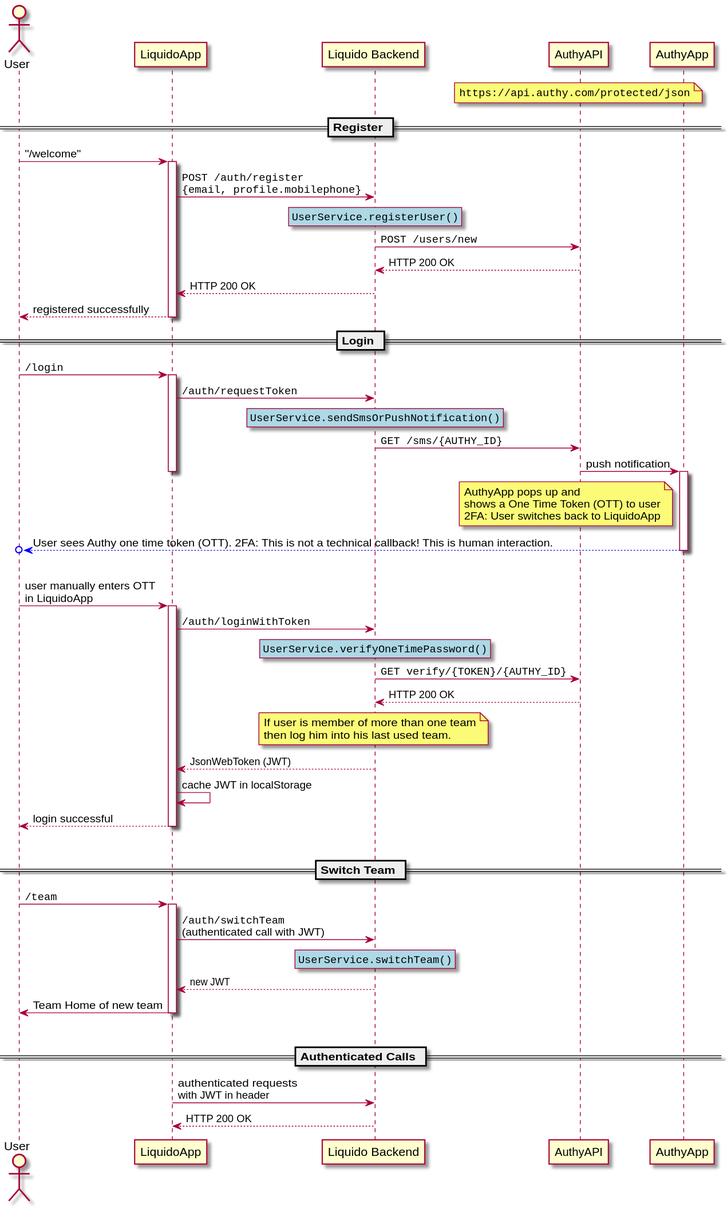
Doogiemuc/liquido-backend-spring keeps this PlantUML diagram as doc/Liquido Authy Login Sequence.svg. Above is the earlier version. Source of this version:
```plantuml
@startuml
actor User
participant LiquidoApp
participant "Liquido Backend" as BE
participant AuthyAPI
participant AuthyApp

note over AuthyAPI: ""https://api.authy.com/protected/json""

== Register ==

User -> LiquidoApp: "/welcome"
activate LiquidoApp
LiquidoApp -> BE: ""POST /auth/register""\n""{email, profile.mobilephone}""
rnote over BE #lightblue: ""UserService.registerUser()""
BE -> AuthyAPI: ""POST /users/new""
AuthyAPI --> BE: HTTP 200 OK
BE --> LiquidoApp: HTTP 200 OK
LiquidoApp --> User: registered successfully
deactivate LiquidoApp

== Login ==

User -> LiquidoApp: ""/login""
activate LiquidoApp
LiquidoApp -> BE: ""/auth/requestToken""
rnote over BE #lightblue: ""UserService.sendSmsOrPushNotification()""
BE -> AuthyAPI: ""GET /sms/{AUTHY_ID}""
AuthyAPI -> AuthyApp: push notification
deactivate LiquidoApp

activate AuthyApp
note left of AuthyApp: AuthyApp pops up and\nshows a One Time Token (OTT) to user\n2FA: User switches back to LiquidoApp
AuthyApp -[#blue]->o User: User sees Authy one time token (OTT). 2FA: This is not a technical callback! This is human interaction.
deactivate AuthyApp

|||

User -> LiquidoApp: user manually enters OTT\nin LiquidoApp
activate LiquidoApp
LiquidoApp -> BE: ""/auth/loginWithToken""
rnote over BE #lightblue: ""UserService.verifyOneTimePassword()""
BE -> AuthyAPI: ""GET verify/{TOKEN}/{AUTHY_ID}""
AuthyAPI --> BE: HTTP 200 OK
note over BE: If user is member of more than one team\nthen log him into his last used team.
BE --> LiquidoApp: JsonWebToken (JWT)
LiquidoApp -> LiquidoApp: cache JWT in localStorage
LiquidoApp --> User: login successful
deactivate LiquidoApp

|||
== Switch Team ==

User -> LiquidoApp: ""/team""
activate LiquidoApp
LiquidoApp -> BE: ""/auth/switchTeam""\n(authenticated call with JWT)
rnote over BE #lightblue: ""UserService.switchTeam()""
BE --> LiquidoApp: new JWT
LiquidoApp -> User: Team Home of new team
deactivate LiquidoApp

|||
== Authenticated Calls ==

LiquidoApp -> BE: authenticated requests\nwith JWT in header
BE --> LiquidoApp: HTTP 200 OK
@enduml
```
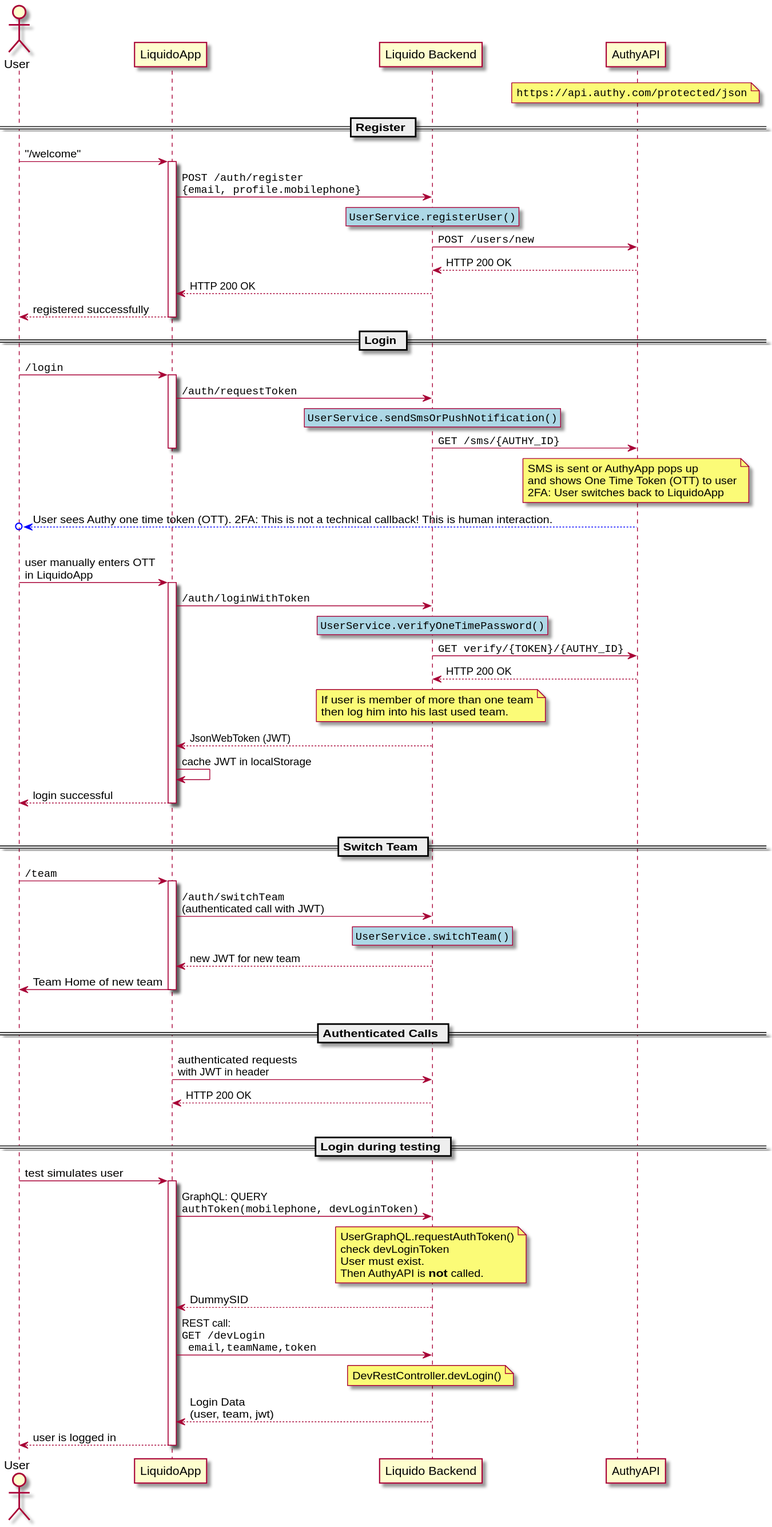
Above is the later version.

Change to the diagram source:
```diff
@@ -3,7 +3,6 @@
 participant LiquidoApp
 participant "Liquido Backend" as BE
 participant AuthyAPI
-participant AuthyApp
 
 note over AuthyAPI: ""https://api.authy.com/protected/json""
 
@@ -26,13 +25,10 @@
 LiquidoApp -> BE: ""/auth/requestToken""
 rnote over BE #lightblue: ""UserService.sendSmsOrPushNotification()""
 BE -> AuthyAPI: ""GET /sms/{AUTHY_ID}""
-AuthyAPI -> AuthyApp: push notification
 deactivate LiquidoApp
 
-activate AuthyApp
-note left of AuthyApp: AuthyApp pops up and\nshows a One Time Token (OTT) to user\n2FA: User switches back to LiquidoApp
-AuthyApp -[#blue]->o User: User sees Authy one time token (OTT). 2FA: This is not a technical callback! This is human interaction.
-deactivate AuthyApp
+note over AuthyAPI: SMS is sent or AuthyApp pops up\nand shows One Time Token (OTT) to user\n2FA: User switches back to LiquidoApp
+AuthyAPI -[#blue]->o User: User sees Authy one time token (OTT). 2FA: This is not a technical callback! This is human interaction.
 
 |||
 
@@ -55,7 +51,7 @@
 activate LiquidoApp
 LiquidoApp -> BE: ""/auth/switchTeam""\n(authenticated call with JWT)
 rnote over BE #lightblue: ""UserService.switchTeam()""
-BE --> LiquidoApp: new JWT
+BE --> LiquidoApp: new JWT for new team
 LiquidoApp -> User: Team Home of new team
 deactivate LiquidoApp
 
@@ -64,4 +60,19 @@
 
 LiquidoApp -> BE: authenticated requests\nwith JWT in header
 BE --> LiquidoApp: HTTP 200 OK
+
+|||
+== Login during testing ==
+
+User -> LiquidoApp: test simulates user
+activate LiquidoApp
+LiquidoApp -> BE: GraphQL: QUERY\n""authToken(mobilephone, devLoginToken)""
+note over BE: UserGraphQL.requestAuthToken()\ncheck devLoginToken\nUser must exist.\nThen AuthyAPI is **not** called.
+BE --> LiquidoApp: DummySID
+
+LiquidoApp -> BE: REST call:\n""GET /devLogin""\n"" email,teamName,token""
+note over BE: DevRestController.devLogin()
+BE --> LiquidoApp: Login Data\n(user, team, jwt)
+LiquidoApp --> User: user is logged in
+deactivate LiquidoApp
 @enduml
```
